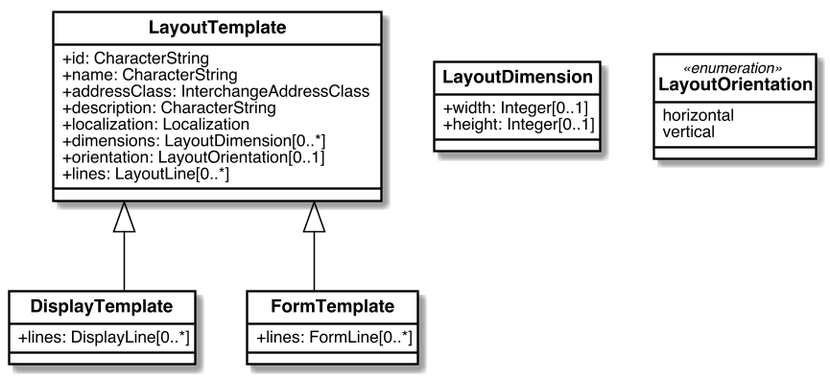
CalConnect/csd-digital-addresses keeps this PlantUML diagram as images/LayoutTemplate.png. Above is the earlier version.
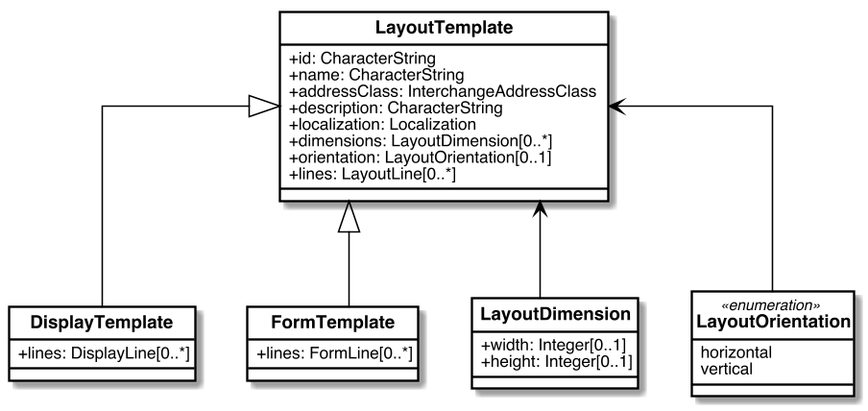
Later version of the same file.

Change to the diagram source:
```diff
@@ -73,5 +73,7 @@
 
 LayoutTemplate <|-- DisplayTemplate
 LayoutTemplate <|-- FormTemplate
+LayoutDimension -up-> LayoutTemplate
+LayoutOrientation -up-> LayoutTemplate
 
 @enduml
```
